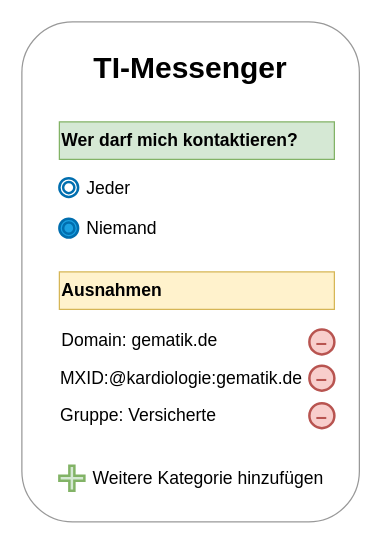
The draw.io diagram src/images/TI-M_Pro/Berechtigung_UI.drawio in gematik/api-ti-messenger, before the edit. Source tidied: cells renumbered, new cells numbered last; positions are measured from the earlier drawing's top-left corner, leaving out a move shared by most shapes. Both pictures are drawn from the tidied source at 125%, with x=0, y=0 at pixel (21, 21).
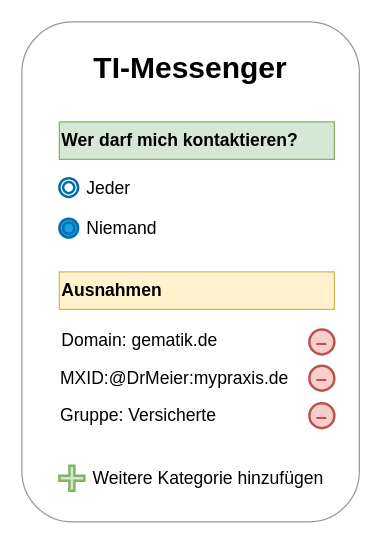
The same diagram, later.

Commit message (it also covers changes not shown here):
added better exception example

The change refers to these unchanged cells:
```xml
<mxCell id="19" style="group;" parent="18" vertex="1">
  <mxGeometry width="210" height="30" as="geometry" />
</mxCell>
```

Change to the diagram source:
```diff
@@
-    <mxCell id="21" value="&lt;font style=&quot;font-size: 14.04px;&quot;&gt;MXID:@kardiologie:gematik.de&lt;/font&gt;" style="text;html=1;align=left;verticalAlign=middle;whiteSpace=wrap;rounded=0;" parent="19" vertex="1">
+    <mxCell id="21" value="&lt;font style=&quot;font-size: 14.04px;&quot;&gt;MXID:@DrMeier:mypraxis.de&lt;/font&gt;" style="text;html=1;align=left;verticalAlign=middle;whiteSpace=wrap;rounded=0;" parent="19" vertex="1">
       <mxGeometry x="-1" width="190" height="30" as="geometry" />
     </mxCell>
```
